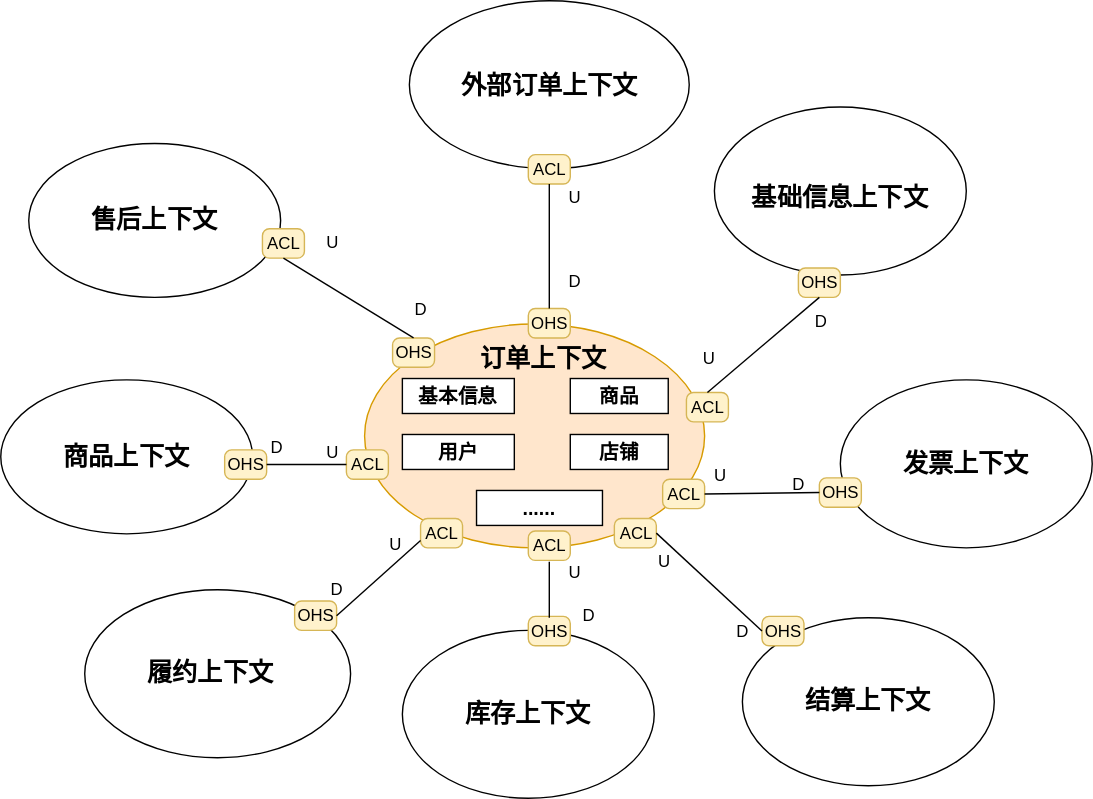
Earlier version of the draw.io export doc/context/订单上下文.svg (3thinkthendoit/think-oms). Source tidied: cells renumbered, new cells last; positions are measured from the earlier drawing's top-left corner, leaving out a move shared by most shapes.
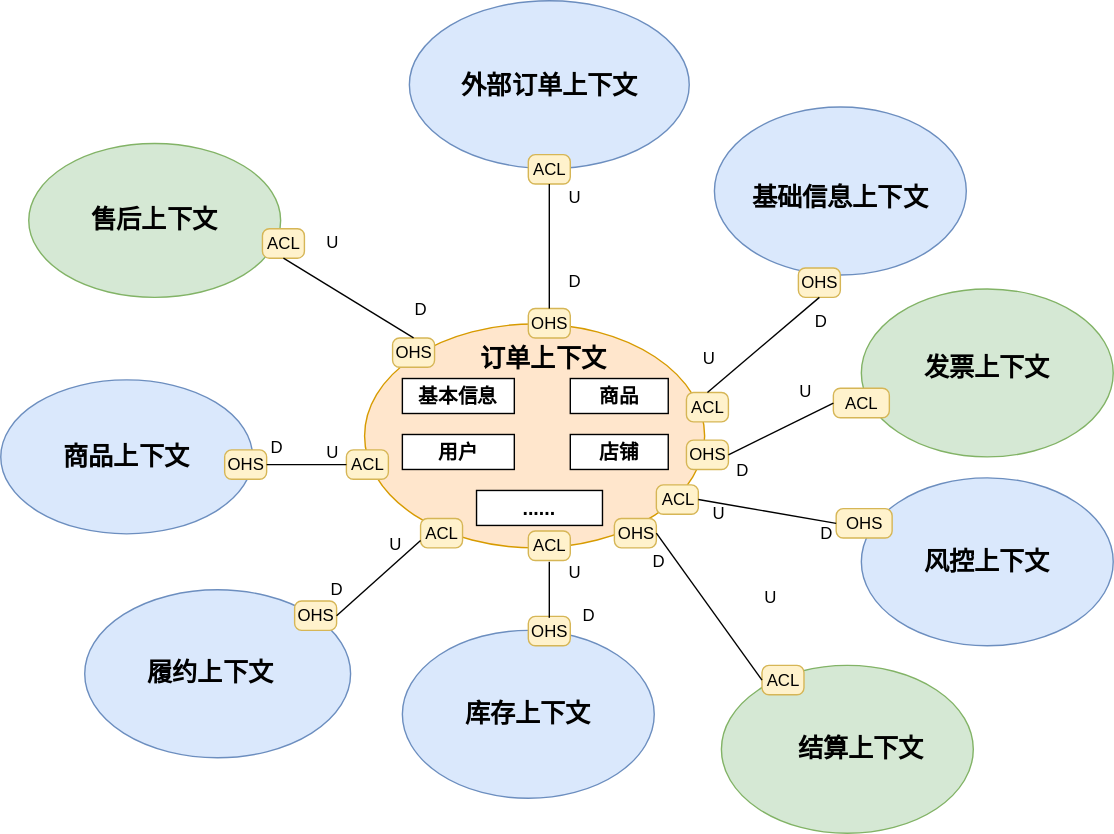
After the commit.

Commit message:
fix:订单介入新增审核逻辑 doc:调整部分设计图

Diff of the diagram source:
```diff
@@ -11,13 +11,13 @@
     <mxCell id="4" value="&lt;font style=&quot;font-size: 18px&quot;&gt;&lt;b&gt;订单上下文&lt;/b&gt;&lt;/font&gt;" style="text;html=1;strokeColor=none;fillColor=none;align=center;verticalAlign=middle;whiteSpace=wrap;rounded=0;" parent="1" vertex="1">
       <mxGeometry x="338" y="246" width="100" height="20" as="geometry" />
     </mxCell>
-    <mxCell id="5" style="ellipse;whiteSpace=wrap;html=1;" parent="1" vertex="1">
+    <mxCell id="5" style="ellipse;whiteSpace=wrap;html=1;fillColor=#dae8fc;strokeColor=#6c8ebf;" parent="1" vertex="1">
       <mxGeometry y="271" width="180" height="110" as="geometry" />
     </mxCell>
-    <mxCell id="6" style="ellipse;whiteSpace=wrap;html=1;" parent="1" vertex="1">
+    <mxCell id="6" style="ellipse;whiteSpace=wrap;html=1;fillColor=#dae8fc;strokeColor=#6c8ebf;" parent="1" vertex="1">
       <mxGeometry x="292" width="200" height="120" as="geometry" />
     </mxCell>
-    <mxCell id="7" style="ellipse;whiteSpace=wrap;html=1;" parent="1" vertex="1">
+    <mxCell id="7" style="ellipse;whiteSpace=wrap;html=1;fillColor=#dae8fc;strokeColor=#6c8ebf;" parent="1" vertex="1">
       <mxGeometry x="510" y="76" width="180" height="120" as="geometry" />
     </mxCell>
     <mxCell id="8" value="&lt;span style=&quot;font-size: 14px&quot;&gt;&lt;b&gt;商品&lt;/b&gt;&lt;/span&gt;" style="rounded=0;whiteSpace=wrap;html=1;" parent="1" vertex="1">
@@ -41,32 +41,32 @@
     <mxCell id="14" value="&lt;font style=&quot;font-size: 18px&quot;&gt;&lt;b&gt;基础信息上下文&lt;/b&gt;&lt;/font&gt;" style="text;html=1;strokeColor=none;fillColor=none;align=center;verticalAlign=middle;whiteSpace=wrap;rounded=0;" parent="1" vertex="1">
       <mxGeometry x="535" y="131" width="130" height="20" as="geometry" />
     </mxCell>
-    <mxCell id="15" style="ellipse;whiteSpace=wrap;html=1;" parent="1" vertex="1">
+    <mxCell id="15" style="ellipse;whiteSpace=wrap;html=1;fillColor=#dae8fc;strokeColor=#6c8ebf;" parent="1" vertex="1">
       <mxGeometry x="60" y="421" width="190" height="120" as="geometry" />
     </mxCell>
     <mxCell id="16" value="&lt;font style=&quot;font-size: 18px&quot;&gt;&lt;b&gt;履约上下文&lt;/b&gt;&lt;/font&gt;" style="text;html=1;strokeColor=none;fillColor=none;align=center;verticalAlign=middle;whiteSpace=wrap;rounded=0;" parent="1" vertex="1">
       <mxGeometry x="100" y="471" width="100" height="20" as="geometry" />
     </mxCell>
-    <mxCell id="17" style="ellipse;whiteSpace=wrap;html=1;" parent="1" vertex="1">
+    <mxCell id="17" style="ellipse;whiteSpace=wrap;html=1;fillColor=#dae8fc;strokeColor=#6c8ebf;" parent="1" vertex="1">
       <mxGeometry x="287" y="450" width="180" height="120" as="geometry" />
     </mxCell>
     <mxCell id="18" value="&lt;font style=&quot;font-size: 18px&quot;&gt;&lt;b&gt;库存上下文&lt;/b&gt;&lt;/font&gt;" style="text;html=1;strokeColor=none;fillColor=none;align=center;verticalAlign=middle;whiteSpace=wrap;rounded=0;" parent="1" vertex="1">
       <mxGeometry x="327" y="500" width="100" height="20" as="geometry" />
     </mxCell>
-    <mxCell id="19" style="ellipse;whiteSpace=wrap;html=1;" parent="1" vertex="1">
-      <mxGeometry x="530" y="441" width="180" height="120" as="geometry" />
+    <mxCell id="19" style="ellipse;whiteSpace=wrap;html=1;fillColor=#d5e8d4;strokeColor=#82b366;" parent="1" vertex="1">
+      <mxGeometry x="515" y="475" width="180" height="120" as="geometry" />
     </mxCell>
     <mxCell id="20" value="&lt;font style=&quot;font-size: 18px&quot;&gt;&lt;b&gt;结算上下文&lt;/b&gt;&lt;/font&gt;" style="text;html=1;strokeColor=none;fillColor=none;align=center;verticalAlign=middle;whiteSpace=wrap;rounded=0;" parent="1" vertex="1">
-      <mxGeometry x="570" y="491" width="100" height="20" as="geometry" />
+      <mxGeometry x="565" y="525" width="100" height="20" as="geometry" />
     </mxCell>
-    <mxCell id="21" style="ellipse;whiteSpace=wrap;html=1;" parent="1" vertex="1">
-      <mxGeometry x="600" y="271" width="180" height="120" as="geometry" />
+    <mxCell id="21" style="ellipse;whiteSpace=wrap;html=1;fillColor=#d5e8d4;strokeColor=#82b366;" parent="1" vertex="1">
+      <mxGeometry x="615" y="206" width="180" height="120" as="geometry" />
     </mxCell>
     <mxCell id="22" value="&lt;font style=&quot;font-size: 18px&quot;&gt;&lt;b&gt;发票上下文&lt;/b&gt;&lt;/font&gt;" style="text;html=1;strokeColor=none;fillColor=none;align=center;verticalAlign=middle;whiteSpace=wrap;rounded=0;" parent="1" vertex="1">
-      <mxGeometry x="640" y="321" width="100" height="20" as="geometry" />
+      <mxGeometry x="655" y="253" width="100" height="20" as="geometry" />
     </mxCell>
-    <mxCell id="23" value="ACL" style="html=1;rounded=1;absoluteArcSize=1;arcSize=10;fillColor=#fff2cc;strokeColor=#d6b656;" parent="1" vertex="1">
-      <mxGeometry x="473" y="342" width="30" height="21" as="geometry" />
+    <mxCell id="23" value="OHS" style="html=1;rounded=1;absoluteArcSize=1;arcSize=10;fillColor=#fff2cc;strokeColor=#d6b656;" parent="1" vertex="1">
+      <mxGeometry x="490" y="314" width="30" height="21" as="geometry" />
     </mxCell>
     <mxCell id="24" value="ACL" style="html=1;rounded=1;absoluteArcSize=1;arcSize=10;fillColor=#fff2cc;strokeColor=#d6b656;" parent="1" vertex="1">
       <mxGeometry x="377" y="110" width="30" height="21" as="geometry" />
@@ -86,14 +86,14 @@
     <mxCell id="29" style="endArrow=none;html=1;exitX=0.5;exitY=1;exitDx=0;exitDy=0;entryX=0.5;entryY=0;entryDx=0;entryDy=0;" parent="1" edge="1" source="27" target="28">
       <mxGeometry relative="1" as="geometry" />
     </mxCell>
-    <mxCell id="30" style="ellipse;whiteSpace=wrap;html=1;" parent="1" vertex="1">
+    <mxCell id="30" style="ellipse;whiteSpace=wrap;html=1;fillColor=#d5e8d4;strokeColor=#82b366;" parent="1" vertex="1">
       <mxGeometry x="20" y="102" width="180" height="110" as="geometry" />
     </mxCell>
     <mxCell id="31" value="&lt;font style=&quot;font-size: 18px&quot;&gt;&lt;b&gt;售后上下文&lt;/b&gt;&lt;/font&gt;" style="text;html=1;strokeColor=none;fillColor=none;align=center;verticalAlign=middle;whiteSpace=wrap;rounded=0;" parent="1" vertex="1">
       <mxGeometry x="60" y="147" width="100" height="20" as="geometry" />
     </mxCell>
-    <mxCell id="32" value="OHS" style="html=1;rounded=1;absoluteArcSize=1;arcSize=10;fillColor=#fff2cc;strokeColor=#d6b656;" parent="1" vertex="1">
-      <mxGeometry x="585" y="341" width="30" height="21" as="geometry" />
+    <mxCell id="32" value="ACL" style="html=1;rounded=1;absoluteArcSize=1;arcSize=10;fillColor=#fff2cc;strokeColor=#d6b656;" parent="1" vertex="1">
+      <mxGeometry x="595" y="277" width="40" height="21" as="geometry" />
     </mxCell>
     <mxCell id="33" style="endArrow=none;html=1;exitX=1;exitY=0.5;exitDx=0;exitDy=0;entryX=0;entryY=0.5;entryDx=0;entryDy=0;" parent="1" edge="1" source="23" target="32">
       <mxGeometry relative="1" as="geometry" />
@@ -128,11 +128,11 @@
     <mxCell id="42" style="endArrow=none;html=1;exitX=0;exitY=0.5;exitDx=0;exitDy=0;entryX=1;entryY=0.5;entryDx=0;entryDy=0;" parent="1" edge="1" source="40" target="41">
       <mxGeometry relative="1" as="geometry" />
     </mxCell>
-    <mxCell id="43" value="ACL" style="html=1;rounded=1;absoluteArcSize=1;arcSize=10;fillColor=#fff2cc;strokeColor=#d6b656;" parent="1" vertex="1">
+    <mxCell id="43" value="OHS" style="html=1;rounded=1;absoluteArcSize=1;arcSize=10;fillColor=#fff2cc;strokeColor=#d6b656;" parent="1" vertex="1">
       <mxGeometry x="438.5" y="370" width="30" height="21" as="geometry" />
     </mxCell>
-    <mxCell id="44" value="OHS" style="html=1;rounded=1;absoluteArcSize=1;arcSize=10;fillColor=#fff2cc;strokeColor=#d6b656;" parent="1" vertex="1">
-      <mxGeometry x="544" y="440" width="30" height="21" as="geometry" />
+    <mxCell id="44" value="ACL" style="html=1;rounded=1;absoluteArcSize=1;arcSize=10;fillColor=#fff2cc;strokeColor=#d6b656;" parent="1" vertex="1">
+      <mxGeometry x="544" y="475" width="30" height="21" as="geometry" />
     </mxCell>
     <mxCell id="45" style="endArrow=none;html=1;exitX=1;exitY=0.5;exitDx=0;exitDy=0;entryX=0;entryY=0.5;entryDx=0;entryDy=0;" parent="1" edge="1" source="43" target="44">
       <mxGeometry relative="1" as="geometry" />
@@ -165,10 +165,10 @@
       <mxGeometry x="400" y="399" width="20" height="20" as="geometry" />
     </mxCell>
     <mxCell id="55" value="U" style="text;html=1;align=center;verticalAlign=middle;" parent="1" vertex="1">
-      <mxGeometry x="463.5" y="391" width="20" height="20" as="geometry" />
+      <mxGeometry x="540" y="417" width="20" height="20" as="geometry" />
     </mxCell>
     <mxCell id="56" value="U" style="text;html=1;align=center;verticalAlign=middle;" parent="1" vertex="1">
-      <mxGeometry x="504" y="330" width="20" height="20" as="geometry" />
+      <mxGeometry x="565" y="270" width="20" height="20" as="geometry" />
     </mxCell>
     <mxCell id="57" value="D" style="text;html=1;align=center;verticalAlign=middle;" parent="1" vertex="1">
       <mxGeometry x="400" y="191" width="20" height="20" as="geometry" />
@@ -180,13 +180,13 @@
       <mxGeometry x="187" y="310" width="20" height="20" as="geometry" />
     </mxCell>
     <mxCell id="60" value="D" style="text;html=1;align=center;verticalAlign=middle;" parent="1" vertex="1">
-      <mxGeometry x="560" y="336" width="20" height="20" as="geometry" />
+      <mxGeometry x="520" y="326" width="20" height="20" as="geometry" />
     </mxCell>
     <mxCell id="61" value="D" style="text;html=1;align=center;verticalAlign=middle;" parent="1" vertex="1">
       <mxGeometry x="576" y="221" width="19" height="18" as="geometry" />
     </mxCell>
     <mxCell id="62" value="D" style="text;html=1;align=center;verticalAlign=middle;" parent="1" vertex="1">
-      <mxGeometry x="520" y="441" width="20" height="20" as="geometry" />
+      <mxGeometry x="460" y="391" width="20" height="20" as="geometry" />
     </mxCell>
     <mxCell id="63" value="D" style="text;html=1;align=center;verticalAlign=middle;" parent="1" vertex="1">
       <mxGeometry x="410" y="430" width="20" height="20" as="geometry" />
@@ -194,5 +194,26 @@
     <mxCell id="64" value="D" style="text;html=1;align=center;verticalAlign=middle;" parent="1" vertex="1">
       <mxGeometry x="230" y="411" width="20" height="20" as="geometry" />
     </mxCell>
+    <mxCell id="65" style="ellipse;whiteSpace=wrap;html=1;fillColor=#dae8fc;strokeColor=#6c8ebf;" parent="1" vertex="1">
+      <mxGeometry x="615" y="341" width="180" height="120" as="geometry" />
+    </mxCell>
+    <mxCell id="66" value="&lt;font style=&quot;font-size: 18px&quot;&gt;&lt;b&gt;风控上下文&lt;/b&gt;&lt;/font&gt;" style="text;html=1;strokeColor=none;fillColor=none;align=center;verticalAlign=middle;whiteSpace=wrap;rounded=0;" parent="1" vertex="1">
+      <mxGeometry x="655" y="391" width="100" height="20" as="geometry" />
+    </mxCell>
+    <mxCell id="67" value="ACL" style="html=1;rounded=1;absoluteArcSize=1;arcSize=10;fillColor=#fff2cc;strokeColor=#d6b656;" parent="1" vertex="1">
+      <mxGeometry x="468.5" y="346" width="30" height="21" as="geometry" />
+    </mxCell>
+    <mxCell id="68" value="OHS" style="html=1;rounded=1;absoluteArcSize=1;arcSize=10;fillColor=#fff2cc;strokeColor=#d6b656;" parent="1" vertex="1">
+      <mxGeometry x="597" y="363" width="40" height="21" as="geometry" />
+    </mxCell>
+    <mxCell id="69" style="endArrow=none;html=1;exitX=1;exitY=0.5;exitDx=0;exitDy=0;entryX=0;entryY=0.5;entryDx=0;entryDy=0;" parent="1" edge="1" source="67" target="68">
+      <mxGeometry relative="1" as="geometry" />
+    </mxCell>
+    <mxCell id="70" value="D" style="text;html=1;align=center;verticalAlign=middle;" parent="1" vertex="1">
+      <mxGeometry x="580" y="371" width="20" height="20" as="geometry" />
+    </mxCell>
+    <mxCell id="71" value="U" style="text;html=1;align=center;verticalAlign=middle;" parent="1" vertex="1">
+      <mxGeometry x="503" y="357" width="20" height="20" as="geometry" />
+    </mxCell>
   </root>
 </mxGraphModel>
```
